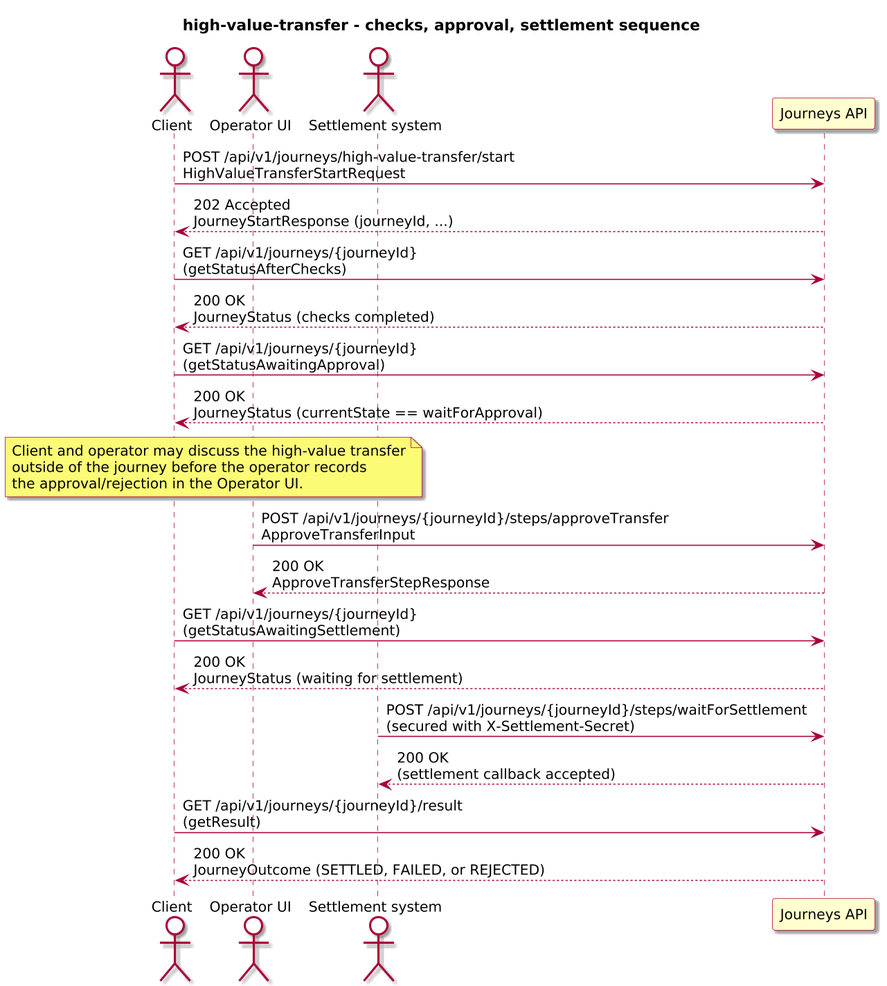
This is docs/3-reference/examples/business/high-value-transfer/diagrams/high-value-transfer-sequence.png from ivanstambuk/journeyforge, a PlantUML export, as it was before one commit. Source of this version:
```plantuml
@startuml
!include journey-diagram-theme.puml
title high-value-transfer - checks, approval, settlement sequence

actor "Client" as Client
actor "Operator UI" as Operator
actor "Settlement system" as Settlement
participant "Journeys API" as Journeys

Client -> Journeys: POST /api/v1/journeys/high-value-transfer/start\nHighValueTransferStartRequest
Journeys --> Client: 202 Accepted\nJourneyStartResponse (journeyId, ...)

Client -> Journeys: GET /api/v1/journeys/{journeyId}\n(getStatusAfterChecks)
Journeys --> Client: 200 OK\nJourneyStatus (checks completed)

Client -> Journeys: GET /api/v1/journeys/{journeyId}\n(getStatusAwaitingApproval)
Journeys --> Client: 200 OK\nJourneyStatus (currentState == waitForApproval)

note over Client, Operator
  Client and operator may discuss the high-value transfer
  outside of the journey before the operator records
  the approval/rejection in the Operator UI.
end note

Operator -> Journeys: POST /api/v1/journeys/{journeyId}/steps/approveTransfer\nApproveTransferInput
Journeys --> Operator: 200 OK\nApproveTransferStepResponse

Client -> Journeys: GET /api/v1/journeys/{journeyId}\n(getStatusAwaitingSettlement)
Journeys --> Client: 200 OK\nJourneyStatus (waiting for settlement)

Settlement -> Journeys: POST /api/v1/journeys/{journeyId}/steps/waitForSettlement\n(secured with X-Settlement-Secret)
Journeys --> Settlement: 200 OK\n(settlement callback accepted)

Client -> Journeys: GET /api/v1/journeys/{journeyId}/result\n(getResult)
Journeys --> Client: 200 OK\nJourneyOutcome (SETTLED, FAILED, or REJECTED)

@enduml
```
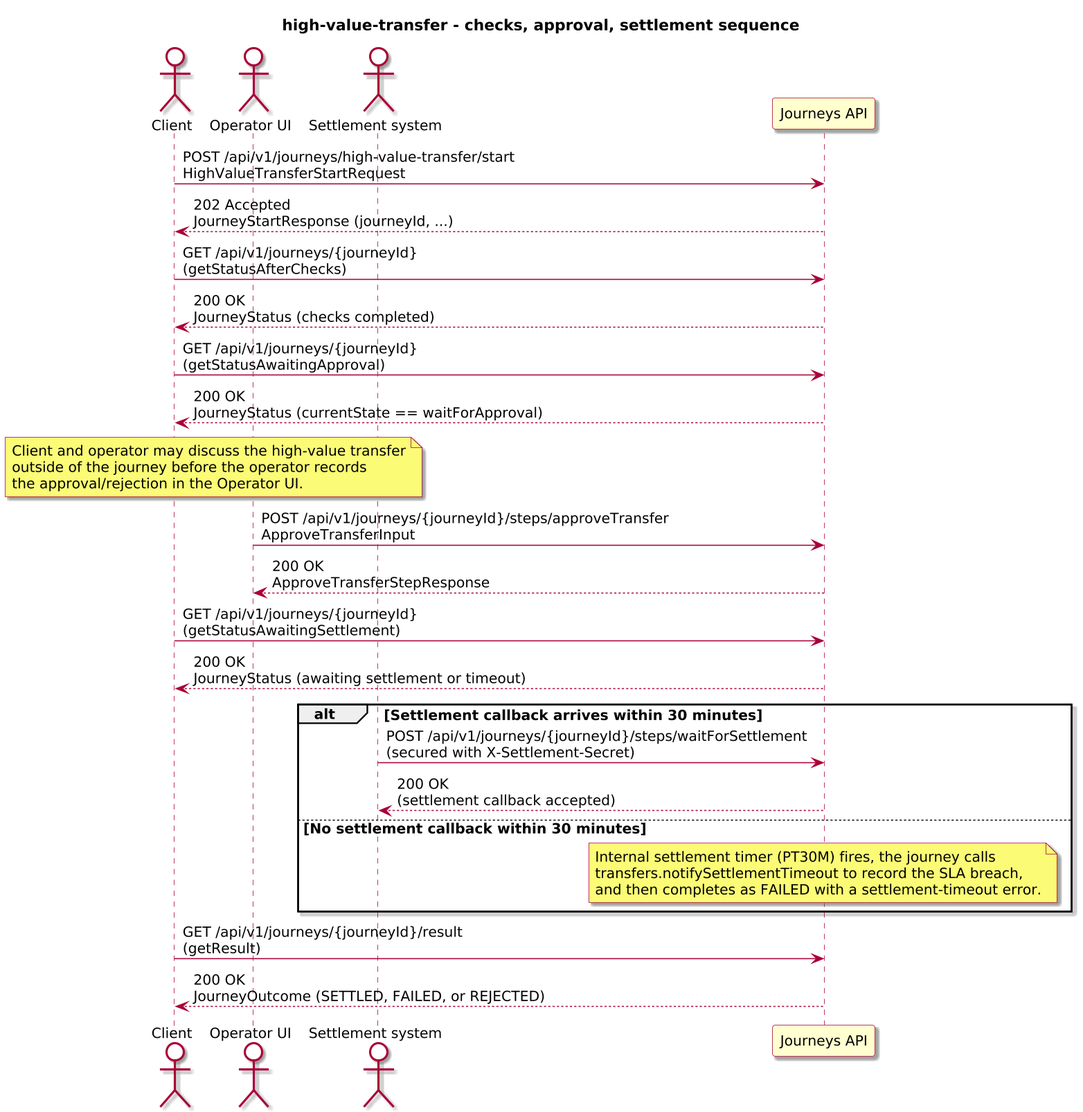
After the commit.

What changed in the source:
```diff
@@ -26,10 +26,18 @@
 Journeys --> Operator: 200 OK\nApproveTransferStepResponse
 
 Client -> Journeys: GET /api/v1/journeys/{journeyId}\n(getStatusAwaitingSettlement)
-Journeys --> Client: 200 OK\nJourneyStatus (waiting for settlement)
+Journeys --> Client: 200 OK\nJourneyStatus (awaiting settlement or timeout)
 
-Settlement -> Journeys: POST /api/v1/journeys/{journeyId}/steps/waitForSettlement\n(secured with X-Settlement-Secret)
-Journeys --> Settlement: 200 OK\n(settlement callback accepted)
+alt Settlement callback arrives within 30 minutes
+  Settlement -> Journeys: POST /api/v1/journeys/{journeyId}/steps/waitForSettlement\n(secured with X-Settlement-Secret)
+  Journeys --> Settlement: 200 OK\n(settlement callback accepted)
+else No settlement callback within 30 minutes
+  note over Journeys
+    Internal settlement timer (PT30M) fires, the journey calls
+    transfers.notifySettlementTimeout to record the SLA breach,
+    and then completes as FAILED with a settlement-timeout error.
+  end note
+end
 
 Client -> Journeys: GET /api/v1/journeys/{journeyId}/result\n(getResult)
 Journeys --> Client: 200 OK\nJourneyOutcome (SETTLED, FAILED, or REJECTED)
```
